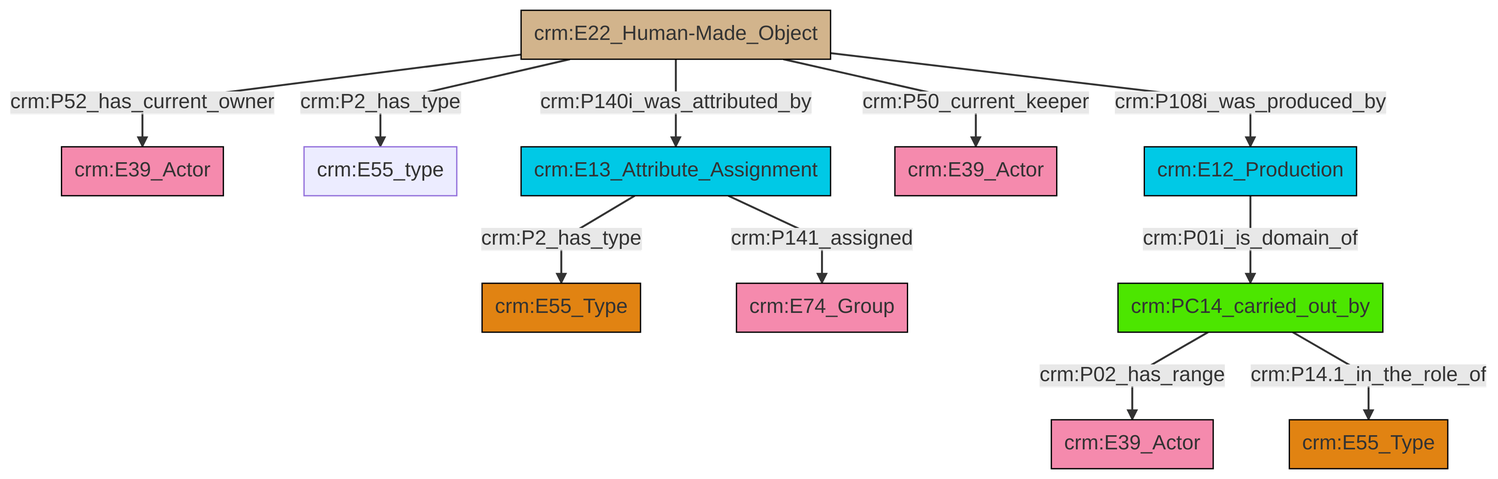
This is et/artworkCSV/ttl/mmd/png/Artwork_Actor_Relations.png from swiss-art-research-net/reference-data-models, a Mermaid export, as it was before one commit. Its source is kept beside it as et/artworkCSV/ttl/mmd/Artwork_Actor_Relations.ttl.mmd.
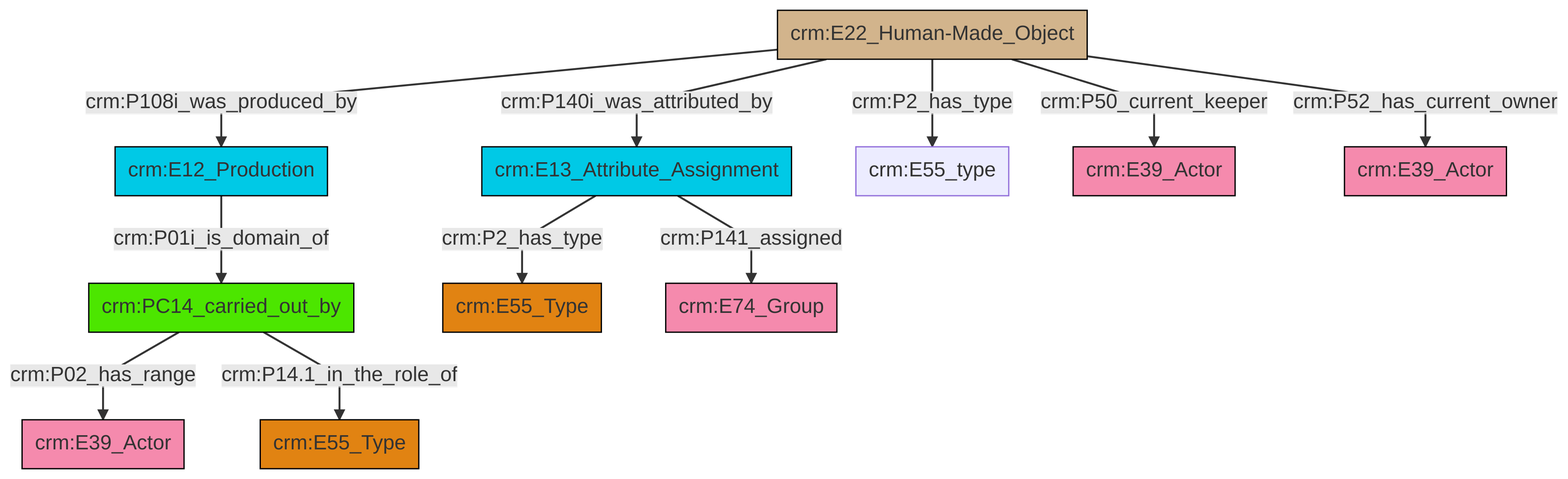
Above is the later version.

Change to the diagram source:
```diff
@@ -13,13 +13,13 @@
 classDef PC_Classes fill:#4ce600, stroke:#000000;
 classDef Multi fill:#cccccc,stroke:#000000;
 
-2["crm:E22_Human-Made_Object"]:::Physical_Thing -->|crm:P52_has_current_owner| 3["crm:E39_Actor"]:::Actor
-4["crm:E13_Attribute_Assignment"]:::Temporal_Entity -->|crm:P2_has_type| 5["crm:E55_Type"]:::Type
-2["crm:E22_Human-Made_Object"]:::Physical_Thing -->|crm:P2_has_type| 0["crm:E55_type"]:::Default
-2["crm:E22_Human-Made_Object"]:::Physical_Thing -->|crm:P140i_was_attributed_by| 4["crm:E13_Attribute_Assignment"]:::Temporal_Entity
-10["crm:PC14_carried_out_by"]:::PC_Classes -->|crm:P02_has_range| 11["crm:E39_Actor"]:::Actor
-12["crm:E12_Production"]:::Temporal_Entity -->|crm:P01i_is_domain_of| 10["crm:PC14_carried_out_by"]:::PC_Classes
-2["crm:E22_Human-Made_Object"]:::Physical_Thing -->|crm:P50_current_keeper| 14["crm:E39_Actor"]:::Actor
-2["crm:E22_Human-Made_Object"]:::Physical_Thing -->|crm:P108i_was_produced_by| 12["crm:E12_Production"]:::Temporal_Entity
-4["crm:E13_Attribute_Assignment"]:::Temporal_Entity -->|crm:P141_assigned| 17["crm:E74_Group"]:::Actor
-10["crm:PC14_carried_out_by"]:::PC_Classes -->|crm:P14.1_in_the_role_of| 7["crm:E55_Type"]:::Type
+0["crm:E12_Production"]:::Temporal_Entity -->|crm:P01i_is_domain_of| 1["crm:PC14_carried_out_by"]:::PC_Classes
+2["crm:E22_Human-Made_Object"]:::Physical_Thing -->|crm:P140i_was_attributed_by| 3["crm:E13_Attribute_Assignment"]:::Temporal_Entity
+3["crm:E13_Attribute_Assignment"]:::Temporal_Entity -->|crm:P2_has_type| 6["crm:E55_Type"]:::Type
+1["crm:PC14_carried_out_by"]:::PC_Classes -->|crm:P02_has_range| 7["crm:E39_Actor"]:::Actor
+1["crm:PC14_carried_out_by"]:::PC_Classes -->|crm:P14.1_in_the_role_of| 13["crm:E55_Type"]:::Type
+2["crm:E22_Human-Made_Object"]:::Physical_Thing -->|crm:P108i_was_produced_by| 0["crm:E12_Production"]:::Temporal_Entity
+2["crm:E22_Human-Made_Object"]:::Physical_Thing -->|crm:P2_has_type| 4["crm:E55_type"]:::Default
+3["crm:E13_Attribute_Assignment"]:::Temporal_Entity -->|crm:P141_assigned| 8["crm:E74_Group"]:::Actor
+2["crm:E22_Human-Made_Object"]:::Physical_Thing -->|crm:P50_current_keeper| 11["crm:E39_Actor"]:::Actor
+2["crm:E22_Human-Made_Object"]:::Physical_Thing -->|crm:P52_has_current_owner| 17["crm:E39_Actor"]:::Actor
```
